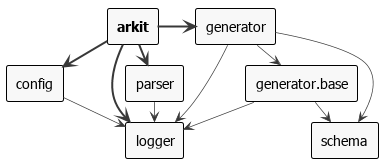
Before: dist/arkit.png, a diagram exported from PlantUML (dyatko/arkit).
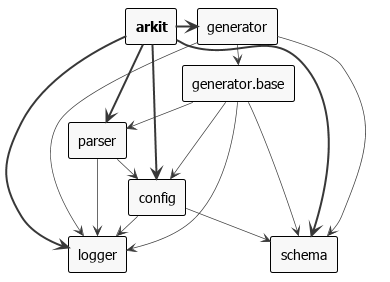
Later version of the same file.

What changed in the source:
```diff
@@ -35,11 +35,16 @@
 arkit => generator
 arkit => logger
 arkit => parser
+arkit => schema
 config --> logger
+config --> schema
 generator --> generator_base
 generator --> logger
 generator --> schema
+generator_base --> config
 generator_base --> logger
+generator_base --> parser
 generator_base --> schema
+parser --> config
 parser --> logger
 @enduml
```
